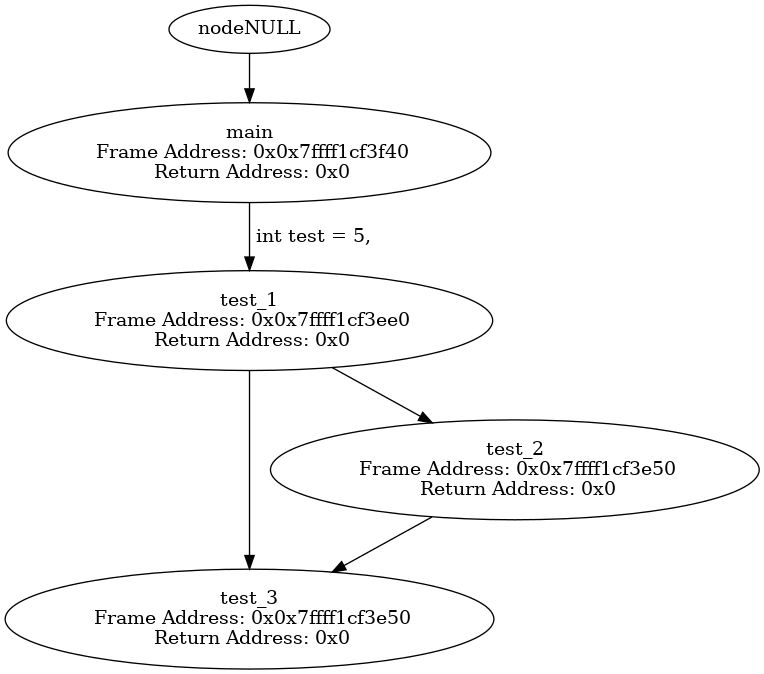
SameerDalal/backtrace keeps this Graphviz diagram as tree.png. Above is the earlier version. Its source is kept beside it as tree.dot. The source it was exported from:
```dot
digraph ContextTree {
nodetest_3 [label="test_3\n Frame Address: 0x0x7ffff1cf3df0\n Return Address: 0x0"];
nodetest_2 -> nodetest_3
nodetest_2 [label="test_2\n Frame Address: 0x0x7ffff1cf3e50\n Return Address: 0x0"];
nodetest_1 -> nodetest_2
nodetest_3 [label="test_3\n Frame Address: 0x0x7ffff1cf3e50\n Return Address: 0x0"];
nodetest_1 -> nodetest_3
nodetest_1 [label="test_1\n Frame Address: 0x0x7ffff1cf3ee0\n Return Address: 0x0"];
nodemain -> nodetest_1 [label=" int test = 5, "];
nodemain [label="main\n Frame Address: 0x0x7ffff1cf3f40\n Return Address: 0x0"];
nodeNULL -> nodemain
}
```
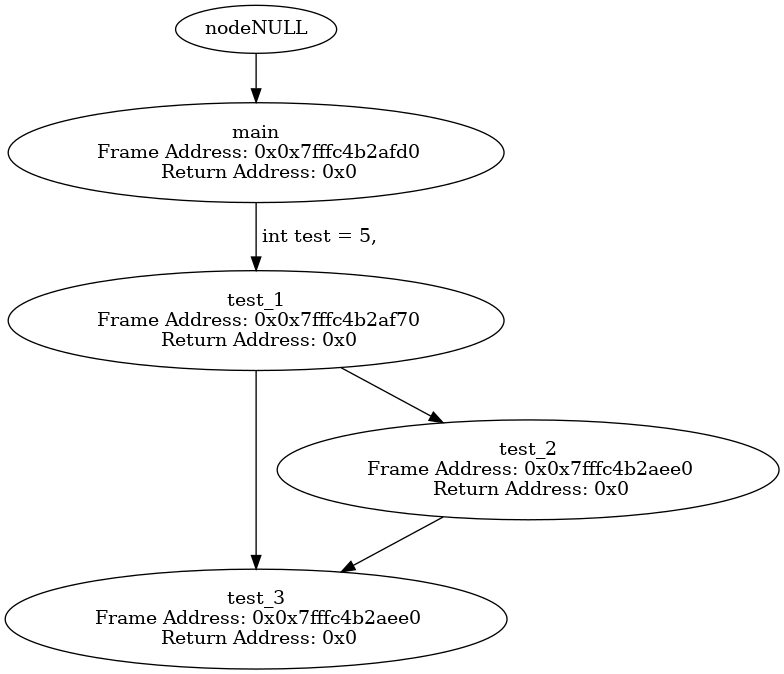
Later version of the same file.

Diff of the diagram source:
```diff
@@ -1,12 +1,12 @@
 digraph ContextTree {
-nodetest_3 [label="test_3\n Frame Address: 0x0x7ffff1cf3df0\n Return Address: 0x0"];
+nodetest_3 [label="test_3\n Frame Address: 0x0x7fffc4b2ae80\n Return Address: 0x0"];
 nodetest_2 -> nodetest_3
-nodetest_2 [label="test_2\n Frame Address: 0x0x7ffff1cf3e50\n Return Address: 0x0"];
+nodetest_2 [label="test_2\n Frame Address: 0x0x7fffc4b2aee0\n Return Address: 0x0"];
 nodetest_1 -> nodetest_2
-nodetest_3 [label="test_3\n Frame Address: 0x0x7ffff1cf3e50\n Return Address: 0x0"];
+nodetest_3 [label="test_3\n Frame Address: 0x0x7fffc4b2aee0\n Return Address: 0x0"];
 nodetest_1 -> nodetest_3
-nodetest_1 [label="test_1\n Frame Address: 0x0x7ffff1cf3ee0\n Return Address: 0x0"];
+nodetest_1 [label="test_1\n Frame Address: 0x0x7fffc4b2af70\n Return Address: 0x0"];
 nodemain -> nodetest_1 [label=" int test = 5, "];
-nodemain [label="main\n Frame Address: 0x0x7ffff1cf3f40\n Return Address: 0x0"];
+nodemain [label="main\n Frame Address: 0x0x7fffc4b2afd0\n Return Address: 0x0"];
 nodeNULL -> nodemain
 }
```
